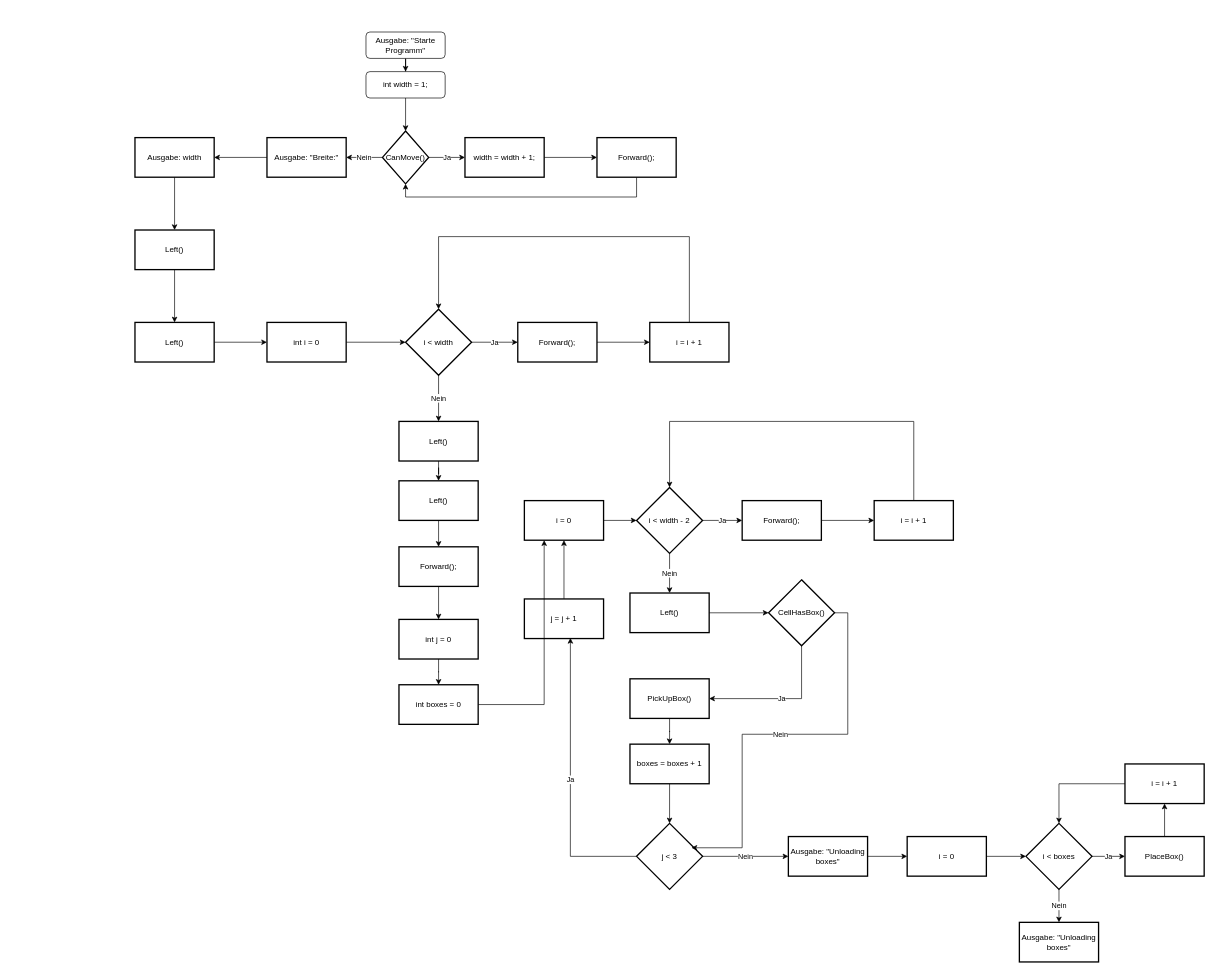
LPezenka/FlowCode keeps this draw.io diagram as FlowNode/data/cargotrucker1.drawio. Above is the earlier version. Source tidied: cells renumbered, new cells numbered last; positions are measured from the earlier drawing's top-left corner, leaving out a move shared by most shapes. Both pictures are drawn from the tidied source at 66%, with x=0, y=0 at pixel (135, 32).
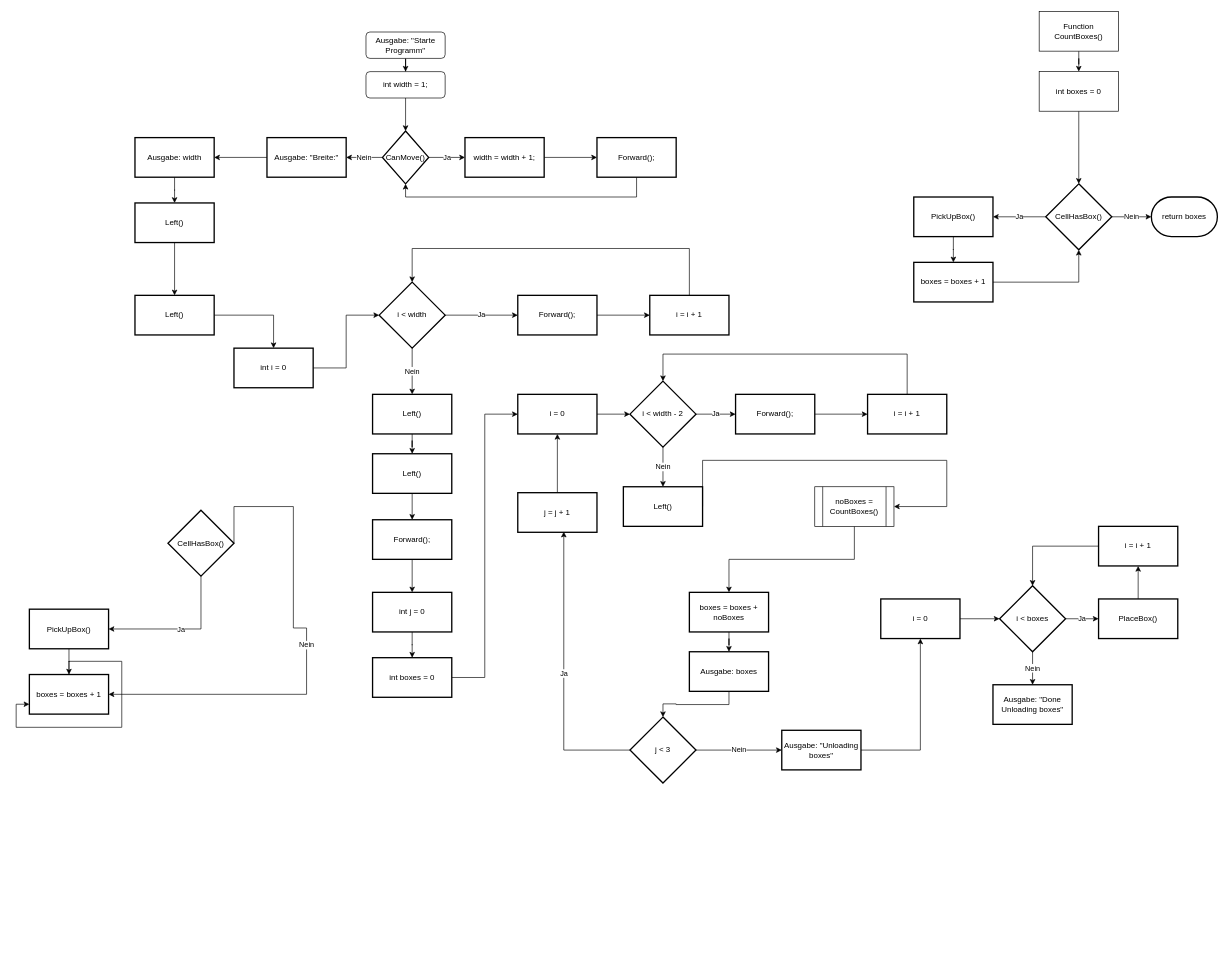
The same diagram, later.

What changed in the source:
```diff
@@
     <mxCell id="18" value="Left()" style="whiteSpace=wrap;html=1;strokeWidth=2;" parent="1" vertex="1">
-      <mxGeometry y="300" width="120" height="60" as="geometry" />
+      <mxGeometry y="259" width="120" height="60" as="geometry" />
     </mxCell>
@@
     <mxCell id="20" value="Left()" style="whiteSpace=wrap;html=1;strokeWidth=2;" parent="1" vertex="1">
-      <mxGeometry y="440" width="120" height="60" as="geometry" />
+      <mxGeometry y="399" width="120" height="60" as="geometry" />
     </mxCell>
@@
     <mxCell id="22" value="int i = 0" style="whiteSpace=wrap;html=1;strokeWidth=2;" parent="1" vertex="1">
-      <mxGeometry x="200" y="440" width="120" height="60" as="geometry" />
+      <mxGeometry x="150" y="479" width="120" height="60" as="geometry" />
     </mxCell>
@@
     <mxCell id="25" value="i &amp;lt; width" style="strokeWidth=2;html=1;shape=mxgraph.flowchart.decision;whiteSpace=wrap;" parent="1" vertex="1">
-      <mxGeometry x="410" y="420" width="100" height="100" as="geometry" />
+      <mxGeometry x="370" y="379" width="100" height="100" as="geometry" />
     </mxCell>
@@
     <mxCell id="27" value="Forward();" style="whiteSpace=wrap;html=1;strokeWidth=2;" parent="1" vertex="1">
-      <mxGeometry x="580" y="440" width="120" height="60" as="geometry" />
+      <mxGeometry x="580" y="399" width="120" height="60" as="geometry" />
     </mxCell>
     <mxCell id="28" value="i = i + 1" style="whiteSpace=wrap;html=1;strokeWidth=2;" parent="1" vertex="1">
-      <mxGeometry x="780" y="440" width="120" height="60" as="geometry" />
+      <mxGeometry x="780" y="399" width="120" height="60" as="geometry" />
     </mxCell>
     <mxCell id="29" style="edgeStyle=orthogonalEdgeStyle;rounded=0;jettySize=auto;html=1;exitX=0.5;exitY=0;exitDx=0;exitDy=0;entryX=0.5;entryY=0;entryDx=0;entryDy=0;entryPerimeter=0;" parent="1" edge="1" source="28" target="25">
       <mxGeometry relative="1" as="geometry">
         <Array as="points">
-          <mxPoint x="840" y="310" />
-          <mxPoint x="460" y="310" />
+          <mxPoint x="840" y="328" />
+          <mxPoint x="420" y="328" />
         </Array>
       </mxGeometry>
     </mxCell>
@@
     <mxCell id="31" value="Left()" style="whiteSpace=wrap;html=1;strokeWidth=2;" parent="1" vertex="1">
-      <mxGeometry x="400" y="590" width="120" height="60" as="geometry" />
+      <mxGeometry x="360" y="549" width="120" height="60" as="geometry" />
     </mxCell>
@@
     <mxCell id="33" value="Left()" style="whiteSpace=wrap;html=1;strokeWidth=2;" parent="1" vertex="1">
-      <mxGeometry x="400" y="680" width="120" height="60" as="geometry" />
+      <mxGeometry x="360" y="639" width="120" height="60" as="geometry" />
     </mxCell>
@@
     <mxCell id="35" value="int j = 0" style="whiteSpace=wrap;html=1;strokeWidth=2;" parent="1" vertex="1">
-      <mxGeometry x="400" y="890" width="120" height="60" as="geometry" />
+      <mxGeometry x="360" y="849" width="120" height="60" as="geometry" />
     </mxCell>
@@
     <mxCell id="37" value="i = 0" style="whiteSpace=wrap;html=1;strokeWidth=2;" parent="1" vertex="1">
-      <mxGeometry x="590" y="710" width="120" height="60" as="geometry" />
+      <mxGeometry x="580" y="549" width="120" height="60" as="geometry" />
     </mxCell>
@@
     <mxCell id="40" value="i &amp;lt; width - 2" style="strokeWidth=2;html=1;shape=mxgraph.flowchart.decision;whiteSpace=wrap;" parent="1" vertex="1">
-      <mxGeometry x="760" y="690" width="100" height="100" as="geometry" />
+      <mxGeometry x="750" y="529" width="100" height="100" as="geometry" />
     </mxCell>
@@
     <mxCell id="42" value="Forward();" style="whiteSpace=wrap;html=1;strokeWidth=2;" parent="1" vertex="1">
-      <mxGeometry x="400" y="780" width="120" height="60" as="geometry" />
+      <mxGeometry x="360" y="739" width="120" height="60" as="geometry" />
     </mxCell>
@@
     <mxCell id="44" value="Forward();" style="whiteSpace=wrap;html=1;strokeWidth=2;" parent="1" vertex="1">
-      <mxGeometry x="920" y="710" width="120" height="60" as="geometry" />
+      <mxGeometry x="910" y="549" width="120" height="60" as="geometry" />
     </mxCell>
     <mxCell id="45" value="i = i + 1" style="whiteSpace=wrap;html=1;strokeWidth=2;" parent="1" vertex="1">
-      <mxGeometry x="1120" y="710" width="120" height="60" as="geometry" />
+      <mxGeometry x="1110" y="549" width="120" height="60" as="geometry" />
     </mxCell>
     <mxCell id="46" style="edgeStyle=orthogonalEdgeStyle;rounded=0;jettySize=auto;html=1;exitX=0.5;exitY=0;exitDx=0;exitDy=0;entryX=0.5;entryY=0;entryDx=0;entryDy=0;entryPerimeter=0;" parent="1" edge="1" source="45" target="40">
       <mxGeometry relative="1" as="geometry">
         <Array as="points">
-          <mxPoint x="1180" y="590" />
-          <mxPoint x="810" y="590" />
+          <mxPoint x="1170" y="488" />
+          <mxPoint x="800" y="488" />
         </Array>
       </mxGeometry>
     </mxCell>
-    <mxCell id="47" style="edgeStyle=orthogonalEdgeStyle;rounded=0;jettySize=auto;html=1;exitX=1;exitY=0.5;exitDx=0;exitDy=0;" parent="1" edge="1" source="48" target="73">
-      <mxGeometry relative="1" as="geometry" />
+    <mxCell id="47" style="edgeStyle=orthogonalEdgeStyle;rounded=0;jettySize=auto;html=1;exitX=1;exitY=0.5;exitDx=0;exitDy=0;" parent="1" edge="1" source="48" target="76">
+      <mxGeometry relative="1" as="geometry">
+        <Array as="points">
+          <mxPoint x="860" y="649" />
+          <mxPoint x="1230" y="649" />
+          <mxPoint x="1230" y="719" />
+        </Array>
+      </mxGeometry>
     </mxCell>
     <mxCell id="48" value="Left()" style="whiteSpace=wrap;html=1;strokeWidth=2;" parent="1" vertex="1">
-      <mxGeometry x="750" y="850" width="120" height="60" as="geometry" />
+      <mxGeometry x="740" y="689" width="120" height="60" as="geometry" />
     </mxCell>
@@
     <mxCell id="51" value="j &amp;lt; 3" style="strokeWidth=2;html=1;shape=mxgraph.flowchart.decision;whiteSpace=wrap;" parent="1" vertex="1">
-      <mxGeometry x="760" y="1199" width="100" height="100" as="geometry" />
+      <mxGeometry x="750" y="1038" width="100" height="100" as="geometry" />
     </mxCell>
@@
     <mxCell id="53" value="Ausgabe: &quot;Unloading boxes&quot;" style="whiteSpace=wrap;html=1;strokeWidth=2;" parent="1" vertex="1">
-      <mxGeometry x="990" y="1219" width="120" height="60" as="geometry" />
+      <mxGeometry x="980" y="1058" width="120" height="60" as="geometry" />
     </mxCell>
@@
     <mxCell id="55" value="j = j + 1" style="whiteSpace=wrap;html=1;strokeWidth=2;" parent="1" vertex="1">
-      <mxGeometry x="590" y="859" width="120" height="60" as="geometry" />
+      <mxGeometry x="580" y="698" width="120" height="60" as="geometry" />
     </mxCell>
@@
     <mxCell id="57" value="PickUpBox()" style="whiteSpace=wrap;html=1;strokeWidth=2;" parent="1" vertex="1">
-      <mxGeometry x="750" y="980" width="120" height="60" as="geometry" />
+      <mxGeometry x="-160" y="874.5" width="120" height="60" as="geometry" />
     </mxCell>
-    <mxCell id="58" style="edgeStyle=orthogonalEdgeStyle;rounded=0;jettySize=auto;html=1;" parent="1" edge="1" source="59" target="51">
+    <mxCell id="58" style="edgeStyle=orthogonalEdgeStyle;rounded=0;orthogonalLoop=1;jettySize=auto;html=1;entryX=0;entryY=0.75;entryDx=0;entryDy=0;" parent="1" edge="1" source="59" target="59">
       <mxGeometry relative="1" as="geometry" />
     </mxCell>
     <mxCell id="59" value="boxes = boxes + 1" style="whiteSpace=wrap;html=1;strokeWidth=2;" parent="1" vertex="1">
-      <mxGeometry x="750" y="1079" width="120" height="60" as="geometry" />
+      <mxGeometry x="-160" y="973.5" width="120" height="60" as="geometry" />
     </mxCell>
-    <mxCell id="60" style="edgeStyle=orthogonalEdgeStyle;rounded=0;jettySize=auto;html=1;exitX=1;exitY=0.5;exitDx=0;exitDy=0;entryX=0.25;entryY=1;entryDx=0;entryDy=0;" parent="1" edge="1" source="61" target="37">
+    <mxCell id="60" style="edgeStyle=orthogonalEdgeStyle;rounded=0;jettySize=auto;html=1;exitX=1;exitY=0.5;exitDx=0;exitDy=0;entryX=0;entryY=0.5;entryDx=0;entryDy=0;" parent="1" edge="1" source="61" target="37">
       <mxGeometry relative="1" as="geometry" />
     </mxCell>
     <mxCell id="61" value="int boxes = 0" style="whiteSpace=wrap;html=1;strokeWidth=2;" parent="1" vertex="1">
-      <mxGeometry x="400" y="989" width="120" height="60" as="geometry" />
+      <mxGeometry x="360" y="948" width="120" height="60" as="geometry" />
     </mxCell>
@@
     <mxCell id="63" value="i = 0" style="whiteSpace=wrap;html=1;strokeWidth=2;" parent="1" vertex="1">
-      <mxGeometry x="1170" y="1219" width="120" height="60" as="geometry" />
+      <mxGeometry x="1130" y="859" width="120" height="60" as="geometry" />
     </mxCell>
@@
     <mxCell id="66" value="i &amp;lt; boxes" style="strokeWidth=2;html=1;shape=mxgraph.flowchart.decision;whiteSpace=wrap;" parent="1" vertex="1">
-      <mxGeometry x="1350" y="1199" width="100" height="100" as="geometry" />
+      <mxGeometry x="1310" y="839" width="100" height="100" as="geometry" />
     </mxCell>
@@
     <mxCell id="68" value="PlaceBox()" style="whiteSpace=wrap;html=1;strokeWidth=2;" parent="1" vertex="1">
-      <mxGeometry x="1500" y="1219" width="120" height="60" as="geometry" />
+      <mxGeometry x="1460" y="859" width="120" height="60" as="geometry" />
     </mxCell>
@@
     <mxCell id="70" value="i = i + 1" style="whiteSpace=wrap;html=1;strokeWidth=2;" parent="1" vertex="1">
-      <mxGeometry x="1500" y="1109" width="120" height="60" as="geometry" />
+      <mxGeometry x="1460" y="749" width="120" height="60" as="geometry" />
     </mxCell>
-    <mxCell id="71" value="Ausgabe: &quot;Unloading boxes&quot;" style="whiteSpace=wrap;html=1;strokeWidth=2;" parent="1" vertex="1">
-      <mxGeometry x="1340" y="1349" width="120" height="60" as="geometry" />
+    <mxCell id="71" value="Ausgabe: &quot;Done Unloading boxes&quot;" style="whiteSpace=wrap;html=1;strokeWidth=2;" parent="1" vertex="1">
+      <mxGeometry x="1300" y="989" width="120" height="60" as="geometry" />
     </mxCell>
@@
     <mxCell id="73" value="CellHasBox()" style="strokeWidth=2;html=1;shape=mxgraph.flowchart.decision;whiteSpace=wrap;" parent="1" vertex="1">
-      <mxGeometry x="960" y="830" width="100" height="100" as="geometry" />
+      <mxGeometry x="50" y="724.5" width="100" height="100" as="geometry" />
     </mxCell>
-    <mxCell id="74" value="Nein" style="edgeStyle=orthogonalEdgeStyle;rounded=0;jettySize=auto;html=1;exitX=1;exitY=0.5;exitDx=0;exitDy=0;exitPerimeter=0;entryX=0.832;entryY=0.37;entryDx=0;entryDy=0;entryPerimeter=0;" parent="1" edge="1" source="73" target="51">
+    <mxCell id="74" value="Nein" style="edgeStyle=orthogonalEdgeStyle;rounded=0;jettySize=auto;html=1;exitX=1;exitY=0.5;exitDx=0;exitDy=0;exitPerimeter=0;entryX=1;entryY=0.5;entryDx=0;entryDy=0;" parent="1" edge="1" source="73" target="59">
       <mxGeometry relative="1" as="geometry">
         <Array as="points">
-          <mxPoint x="1080" y="880" />
-          <mxPoint x="1080" y="1064" />
-          <mxPoint x="920" y="1064" />
-          <mxPoint x="920" y="1236" />
+          <mxPoint x="150" y="719" />
+          <mxPoint x="240" y="719" />
+          <mxPoint x="240" y="903" />
+          <mxPoint x="260" y="903" />
+          <mxPoint x="260" y="1004" />
         </Array>
       </mxGeometry>
     </mxCell>
+    <mxCell id="75" style="edgeStyle=orthogonalEdgeStyle;rounded=0;jettySize=auto;html=1;exitX=0.5;exitY=1;exitDx=0;exitDy=0;" parent="1" edge="1" source="76" target="90">
+      <mxGeometry relative="1" as="geometry" />
+    </mxCell>
+    <mxCell id="76" value="&lt;div&gt;noBoxes = CountBoxes()&lt;/div&gt;" style="shape=process;whiteSpace=wrap;html=1;backgroundOutline=1;" parent="1" vertex="1">
+      <mxGeometry x="1030" y="689" width="120" height="60" as="geometry" />
+    </mxCell>
+    <mxCell id="77" style="edgeStyle=orthogonalEdgeStyle;rounded=0;jettySize=auto;html=1;" parent="1" edge="1" source="78" target="80">
+      <mxGeometry relative="1" as="geometry" />
+    </mxCell>
+    <mxCell id="78" value="PickUpBox()" style="whiteSpace=wrap;html=1;strokeWidth=2;" parent="1" vertex="1">
+      <mxGeometry x="1180" y="250" width="120" height="60" as="geometry" />
+    </mxCell>
+    <mxCell id="79" style="edgeStyle=orthogonalEdgeStyle;rounded=0;jettySize=auto;html=1;" parent="1" edge="1" source="80" target="83">
+      <mxGeometry relative="1" as="geometry" />
+    </mxCell>
+    <mxCell id="80" value="boxes = boxes + 1" style="whiteSpace=wrap;html=1;strokeWidth=2;" parent="1" vertex="1">
+      <mxGeometry x="1180" y="349" width="120" height="60" as="geometry" />
+    </mxCell>
+    <mxCell id="81" value="Ja" style="edgeStyle=orthogonalEdgeStyle;rounded=0;jettySize=auto;html=1;" parent="1" edge="1" source="83" target="78">
+      <mxGeometry relative="1" as="geometry" />
+    </mxCell>
+    <mxCell id="82" value="Nein" style="edgeStyle=orthogonalEdgeStyle;rounded=0;jettySize=auto;html=1;" parent="1" edge="1" source="83" target="88">
+      <mxGeometry relative="1" as="geometry" />
+    </mxCell>
+    <mxCell id="83" value="CellHasBox()" style="strokeWidth=2;html=1;shape=mxgraph.flowchart.decision;whiteSpace=wrap;" parent="1" vertex="1">
+      <mxGeometry x="1380" y="230" width="100" height="100" as="geometry" />
+    </mxCell>
+    <mxCell id="84" style="edgeStyle=orthogonalEdgeStyle;rounded=0;jettySize=auto;html=1;" parent="1" edge="1" source="85" target="87">
+      <mxGeometry relative="1" as="geometry" />
+    </mxCell>
+    <mxCell id="85" value="Function CountBoxes()" style="rounded=0;whiteSpace=wrap;html=1;" parent="1" vertex="1">
+      <mxGeometry x="1370" y="-31" width="120" height="60" as="geometry" />
+    </mxCell>
+    <mxCell id="86" style="edgeStyle=orthogonalEdgeStyle;rounded=0;jettySize=auto;html=1;" parent="1" edge="1" source="87" target="83">
+      <mxGeometry relative="1" as="geometry" />
+    </mxCell>
+    <mxCell id="87" value="int boxes = 0" style="rounded=0;whiteSpace=wrap;html=1;" parent="1" vertex="1">
+      <mxGeometry x="1370" y="60" width="120" height="60" as="geometry" />
+    </mxCell>
+    <mxCell id="88" value="return boxes" style="strokeWidth=2;html=1;shape=mxgraph.flowchart.terminator;whiteSpace=wrap;" parent="1" vertex="1">
+      <mxGeometry x="1540" y="250" width="100" height="60" as="geometry" />
+    </mxCell>
+    <mxCell id="89" style="edgeStyle=orthogonalEdgeStyle;rounded=0;jettySize=auto;html=1;" parent="1" edge="1" source="90" target="92">
+      <mxGeometry relative="1" as="geometry" />
+    </mxCell>
+    <mxCell id="90" value="boxes = boxes + noBoxes" style="whiteSpace=wrap;html=1;strokeWidth=2;" parent="1" vertex="1">
+      <mxGeometry x="840" y="849" width="120" height="60" as="geometry" />
+    </mxCell>
+    <mxCell id="91" style="edgeStyle=orthogonalEdgeStyle;rounded=0;jettySize=auto;html=1;exitX=0.5;exitY=1;exitDx=0;exitDy=0;" parent="1" edge="1" source="92" target="51">
+      <mxGeometry relative="1" as="geometry" />
+    </mxCell>
+    <mxCell id="92" value="Ausgabe: boxes" style="whiteSpace=wrap;html=1;strokeWidth=2;" parent="1" vertex="1">
+      <mxGeometry x="840" y="939" width="120" height="60" as="geometry" />
+    </mxCell>
```
